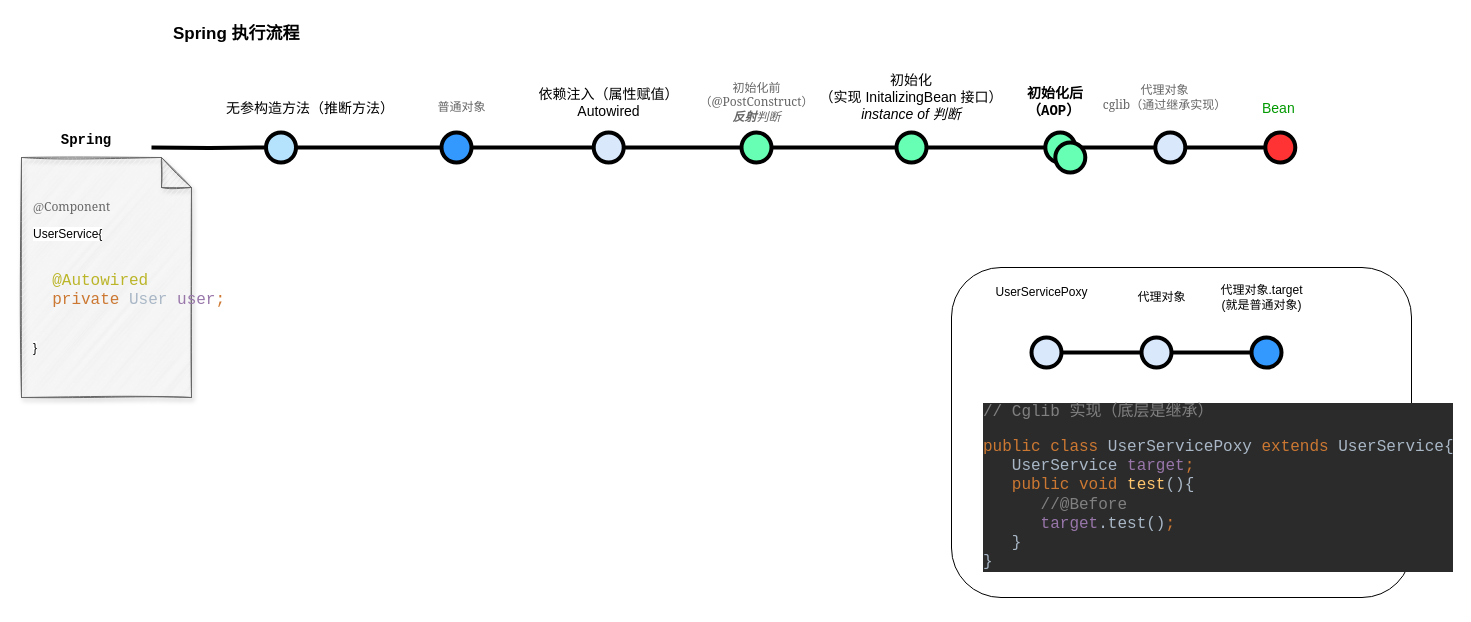
The draw.io diagram Spring.drawio in TrumanWood/drawio, before the edit. Source tidied: cells renumbered, new cells numbered last; positions are measured from the earlier drawing's top-left corner, leaving out a move shared by most shapes. Both pictures are drawn from the tidied source at 100%, with x=0, y=0 at pixel (21, 17).
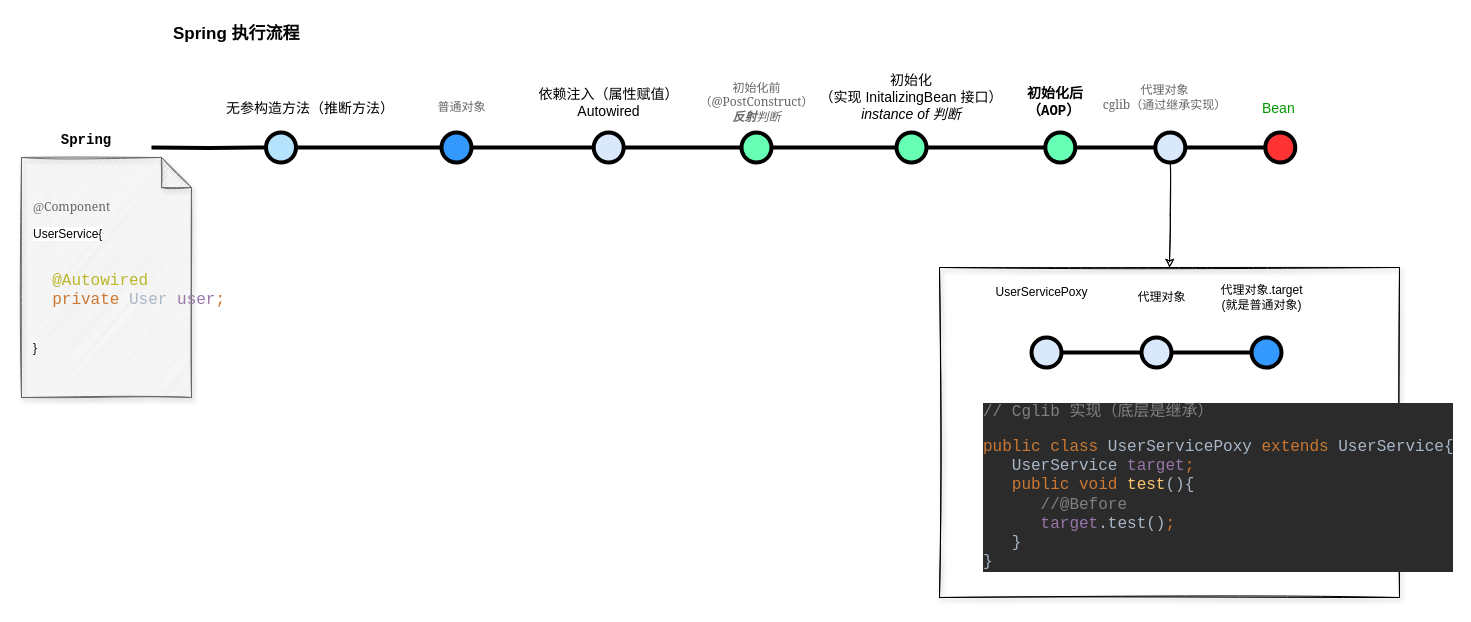
The same page after the edit.

The change refers to these unchanged cells:
```xml
<mxCell id="25" style="verticalLabelPosition=bottom;verticalAlign=top;html=1;strokeWidth=4;shape=mxgraph.flowchart.on-page_reference;plain-blue;gradientColor=none;strokeColor=#000000;" parent="1" vertex="1">
  <mxGeometry x="1133.8" y="115" width="30" height="30" as="geometry" />
</mxCell>
```

Diff of the diagram source:
```diff
@@
+    <mxCell id="42" style="edgeStyle=orthogonalEdgeStyle;rounded=0;jettySize=auto;html=1;exitX=0.5;exitY=1;exitDx=0;exitDy=0;exitPerimeter=0;entryX=0.5;entryY=0;entryDx=0;entryDy=0;strokeWidth=1;endArrow=classic;endFill=1;sketch=1;" parent="1" edge="1" source="25" target="40">
+      <mxGeometry relative="1" as="geometry" />
+    </mxCell>
@@
-    <mxCell id="31" style="verticalLabelPosition=bottom;verticalAlign=top;html=1;strokeWidth=4;shape=mxgraph.flowchart.on-page_reference;plain-blue;gradientColor=none;strokeColor=#000000;fillColor=#66FFB3;" parent="1" vertex="1">
-      <mxGeometry x="1033.8" y="125" width="30" height="30" as="geometry" />
-    </mxCell>
@@
-    <mxCell id="40" style="rounded=1;whiteSpace=wrap;html=1;fillColor=none;" parent="1" vertex="1">
-      <mxGeometry x="930" y="250" width="460" height="330" as="geometry" />
+    <mxCell id="40" style="rounded=0;whiteSpace=wrap;html=1;fillColor=none;sketch=1;glass=0;shadow=1;" parent="1" vertex="1">
+      <mxGeometry x="918" y="250" width="460" height="330" as="geometry" />
     </mxCell>
```
